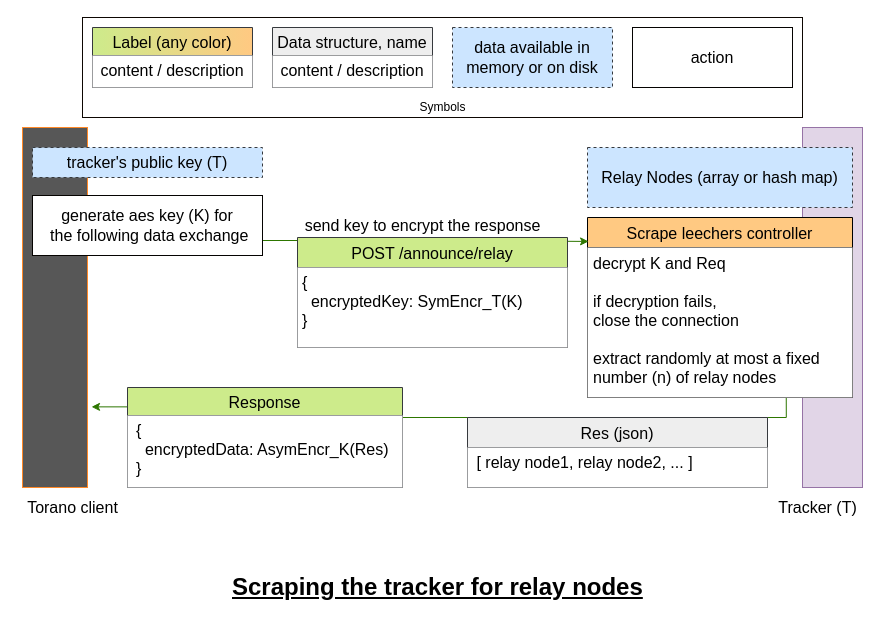
The draw.io diagram protocol schemas/tracker api/scrape relay nodes.drawio in davidviziteu/tor-torrent, before the edit. Source tidied: cells renumbered, new cells numbered last; positions are measured from the earlier drawing's top-left corner, leaving out a move shared by most shapes. Both pictures are drawn from the tidied source at 100%, with x=0, y=0 at pixel (17, 17).
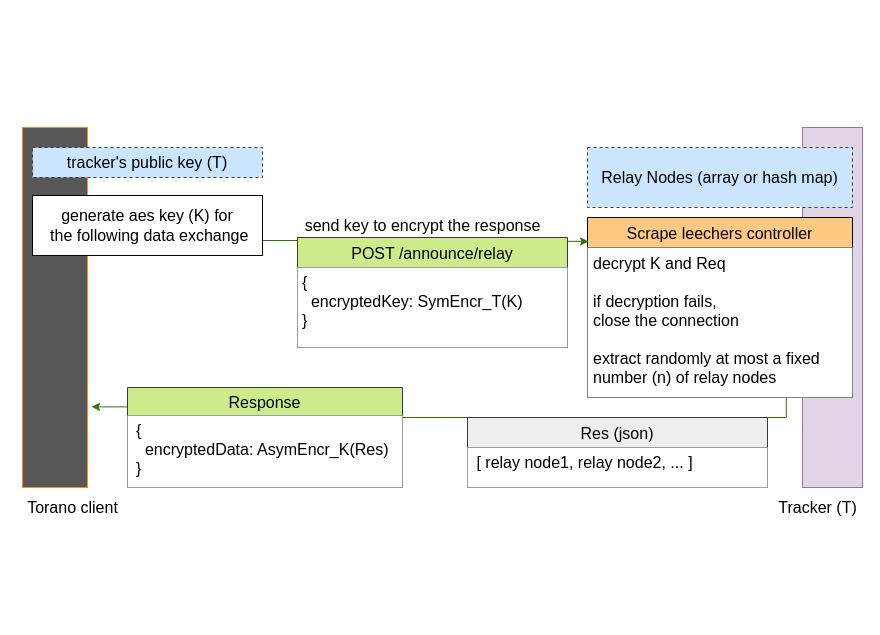
The same page after the edit.

Diff of the diagram source:
```diff
@@
-    <mxCell id="2" value="&lt;h1&gt;&lt;u&gt;Scraping the tracker for relay nodes&lt;/u&gt;&lt;/h1&gt;&lt;span style=&quot;background-color: initial;&quot;&gt;&lt;br&gt;&lt;/span&gt;" style="text;html=1;strokeColor=none;fillColor=none;spacing=5;spacingTop=-20;whiteSpace=wrap;overflow=hidden;rounded=0;" parent="1" vertex="1">
-      <mxGeometry x="210" y="550" width="420" height="50" as="geometry" />
-    </mxCell>
@@
-    <mxCell id="21" style="group;fillColor=#cce5ff;strokeColor=#36393d;gradientColor=#ffffff;" parent="1" vertex="1">
-      <mxGeometry x="65" width="720" height="100" as="geometry" />
-    </mxCell>
-    <mxCell id="22" style="rounded=0;whiteSpace=wrap;html=1;fillColor=default;strokeColor=#0D0702;" parent="21" vertex="1">
-      <mxGeometry width="720" height="100" as="geometry" />
-    </mxCell>
-    <mxCell id="23" value="&lt;font style=&quot;font-size: 16px;&quot;&gt;data&amp;nbsp;&lt;span&gt;&lt;span&gt;available in memory or on disk&lt;/span&gt;&lt;/span&gt;&lt;br&gt;&lt;/font&gt;" style="rounded=0;whiteSpace=wrap;html=1;fillColor=#cce5ff;strokeColor=#36393d;dashed=1;strokeWidth=1;" parent="21" vertex="1">
-      <mxGeometry x="370" y="10" width="160" height="60" as="geometry" />
-    </mxCell>
-    <mxCell id="24" value="Data structure, name" style="swimlane;fontStyle=0;horizontal=1;startSize=28;rounded=0;fontSize=16;fillColor=#eeeeee;strokeColor=#36393d;" parent="21" vertex="1">
-      <mxGeometry x="190" y="10" width="160" height="60" as="geometry" />
-    </mxCell>
-    <mxCell id="25" value="&lt;h1&gt;&lt;/h1&gt;&lt;span style=&quot;background-color: initial;&quot;&gt;&lt;div style=&quot;&quot;&gt;&lt;span style=&quot;font-size: 16px; background-color: initial;&quot;&gt;content / description&lt;/span&gt;&lt;/div&gt;&lt;/span&gt;" style="text;html=1;strokeColor=none;fillColor=default;spacing=5;spacingTop=-20;whiteSpace=wrap;overflow=hidden;rounded=0;align=center;" parent="24" vertex="1">
-      <mxGeometry y="28" width="160" height="32" as="geometry" />
-    </mxCell>
-    <mxCell id="26" value="Label (any color)" style="swimlane;fontStyle=0;horizontal=1;startSize=28;rounded=0;fontSize=16;fillColor=#cdeb8b;strokeColor=#36393d;gradientColor=#FFC982;gradientDirection=east;" parent="21" vertex="1">
-      <mxGeometry x="10" y="10" width="160" height="60" as="geometry" />
-    </mxCell>
-    <mxCell id="27" value="&lt;h1&gt;&lt;/h1&gt;&lt;span style=&quot;background-color: initial;&quot;&gt;&lt;div style=&quot;&quot;&gt;&lt;span style=&quot;font-size: 16px; background-color: initial;&quot;&gt;content / description&lt;/span&gt;&lt;/div&gt;&lt;/span&gt;" style="text;html=1;strokeColor=none;fillColor=default;spacing=5;spacingTop=-20;whiteSpace=wrap;overflow=hidden;rounded=0;align=center;" parent="26" vertex="1">
-      <mxGeometry y="28" width="160" height="32" as="geometry" />
-    </mxCell>
-    <mxCell id="28" value="&lt;font style=&quot;font-size: 16px;&quot;&gt;action&lt;br&gt;&lt;/font&gt;" style="rounded=0;whiteSpace=wrap;html=1;fillColor=default;strokeColor=#050301;" parent="21" vertex="1">
-      <mxGeometry x="550" y="10" width="160" height="60" as="geometry" />
-    </mxCell>
-    <mxCell id="29" value="Symbols" style="text;html=1;align=center;verticalAlign=middle;strokeColor=none;fillColor=none;" parent="21" vertex="1">
-      <mxGeometry x="330" y="80" width="60" height="20" as="geometry" />
-    </mxCell>
```
